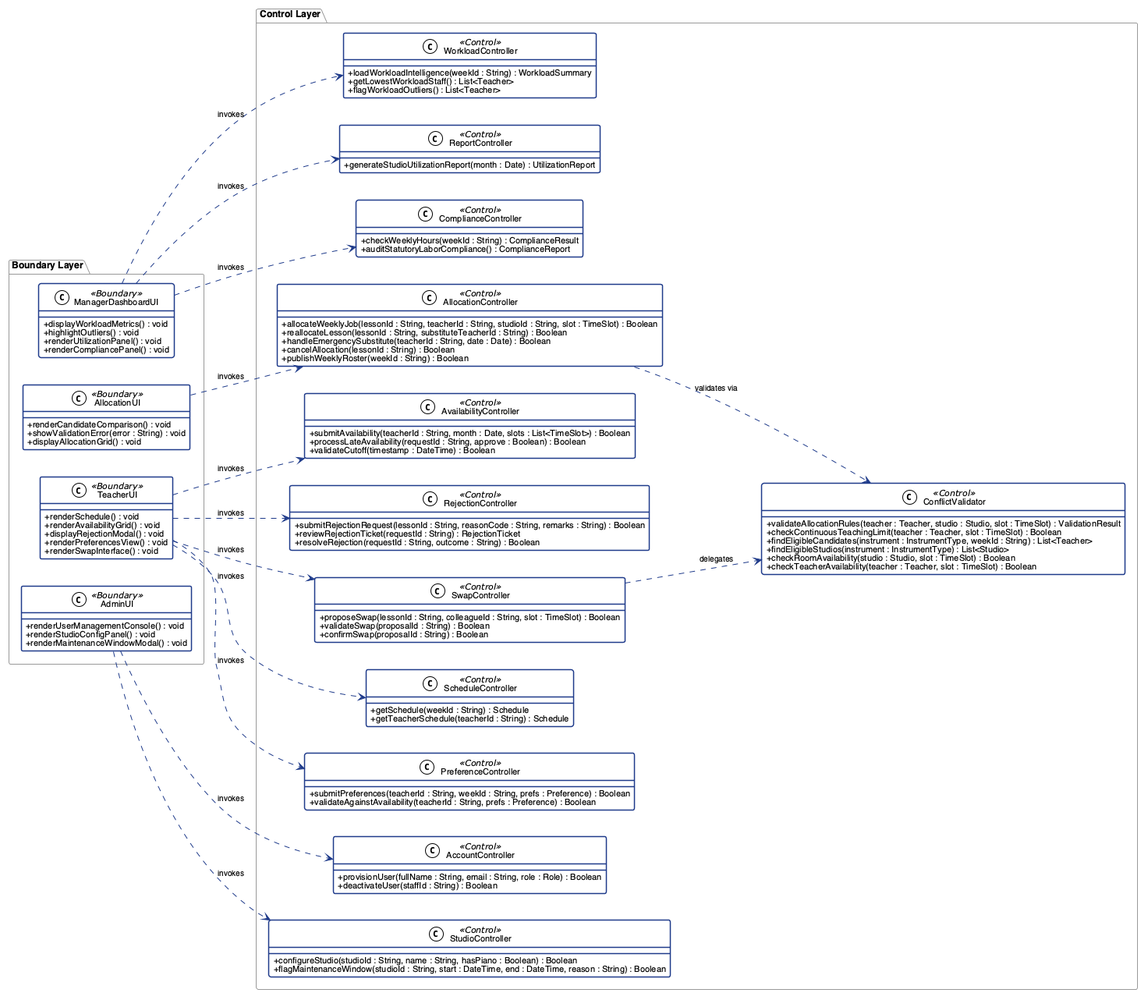
Earlier version of the PlantUML export report/assets/class_diagram_control.png (adoreblvnk/2001temp).
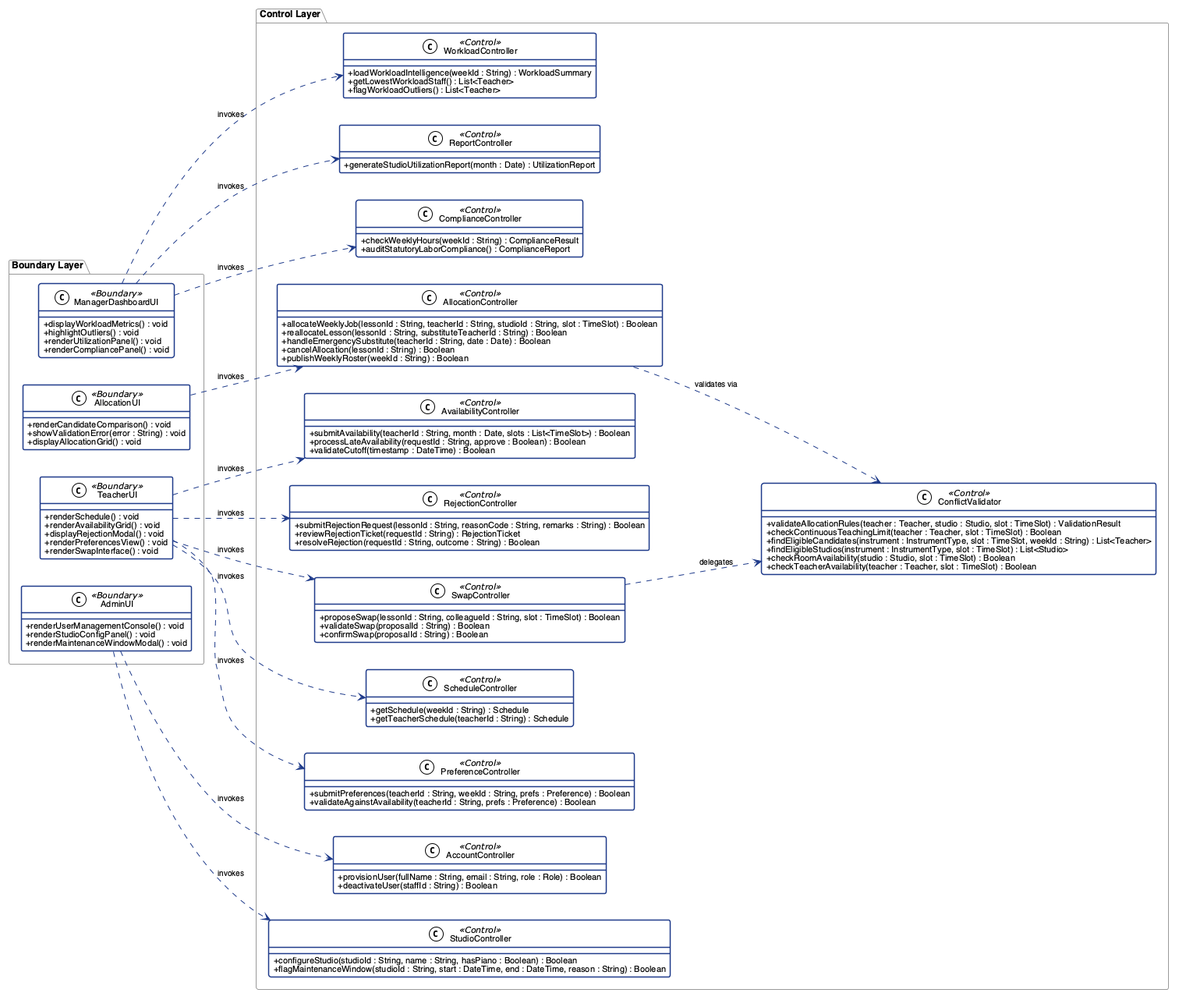
The same file after the commit.

Change to the diagram source:
```diff
@@ -62,8 +62,8 @@
     class ConflictValidator <<Control>> {
         +validateAllocationRules(teacher : Teacher, studio : Studio, slot : TimeSlot) : ValidationResult
         +checkContinuousTeachingLimit(teacher : Teacher, slot : TimeSlot) : Boolean
-        +findEligibleCandidates(instrument : InstrumentType, weekId : String) : List<Teacher>
-        +findEligibleStudios(instrument : InstrumentType) : List<Studio>
+        +findEligibleCandidates(instrument : InstrumentType, slot : TimeSlot, weekId : String) : List<Teacher>
+        +findEligibleStudios(instrument : InstrumentType, slot : TimeSlot) : List<Studio>
         +checkRoomAvailability(studio : Studio, slot : TimeSlot) : Boolean
         +checkTeacherAvailability(teacher : Teacher, slot : TimeSlot) : Boolean
     }
```
